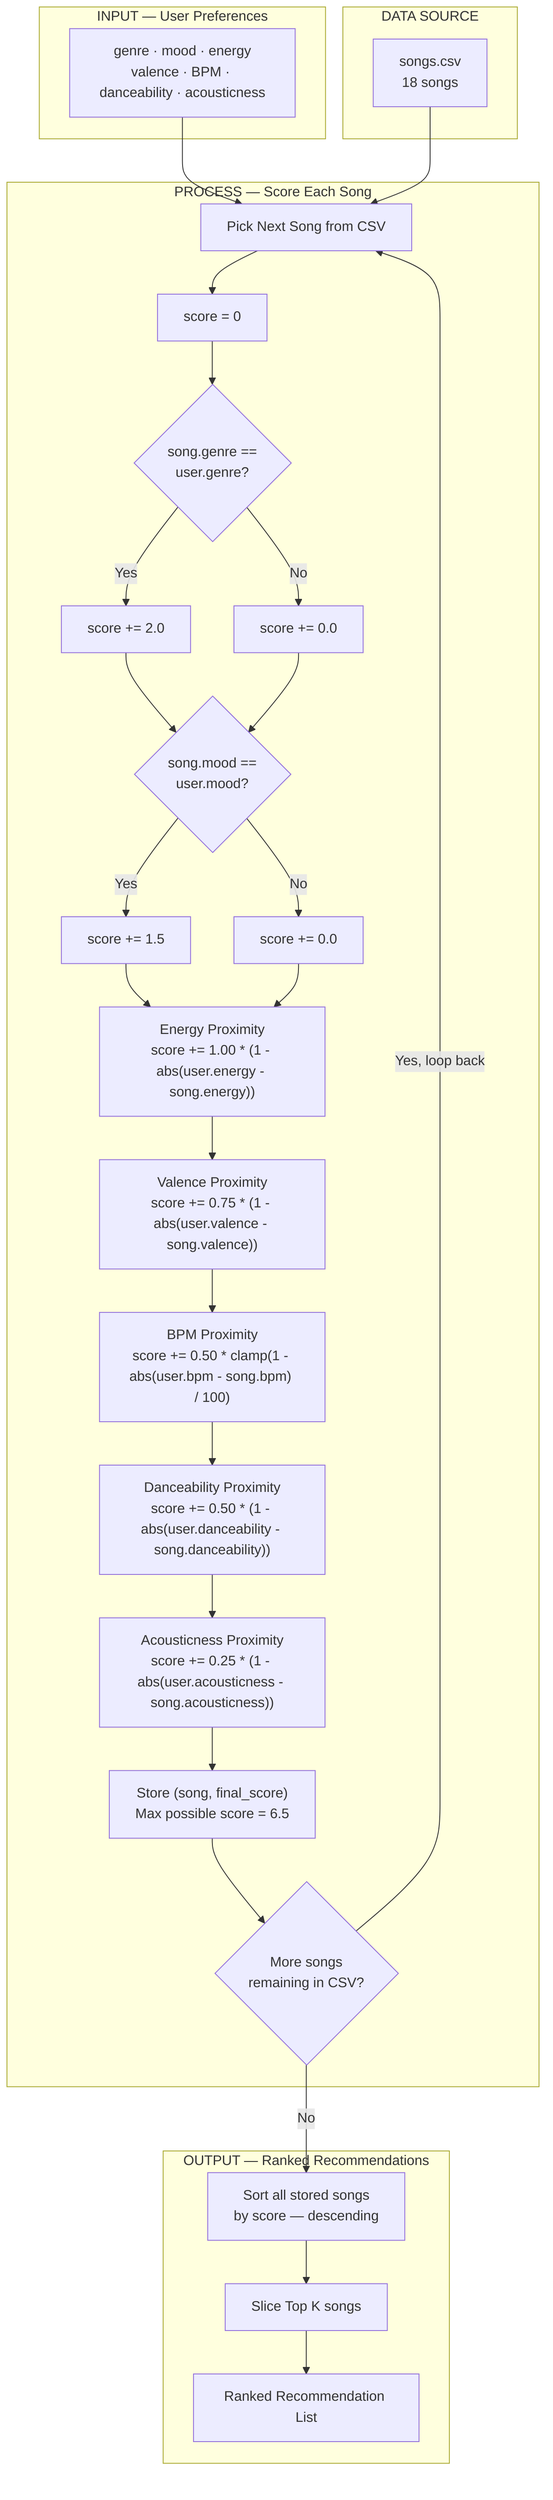
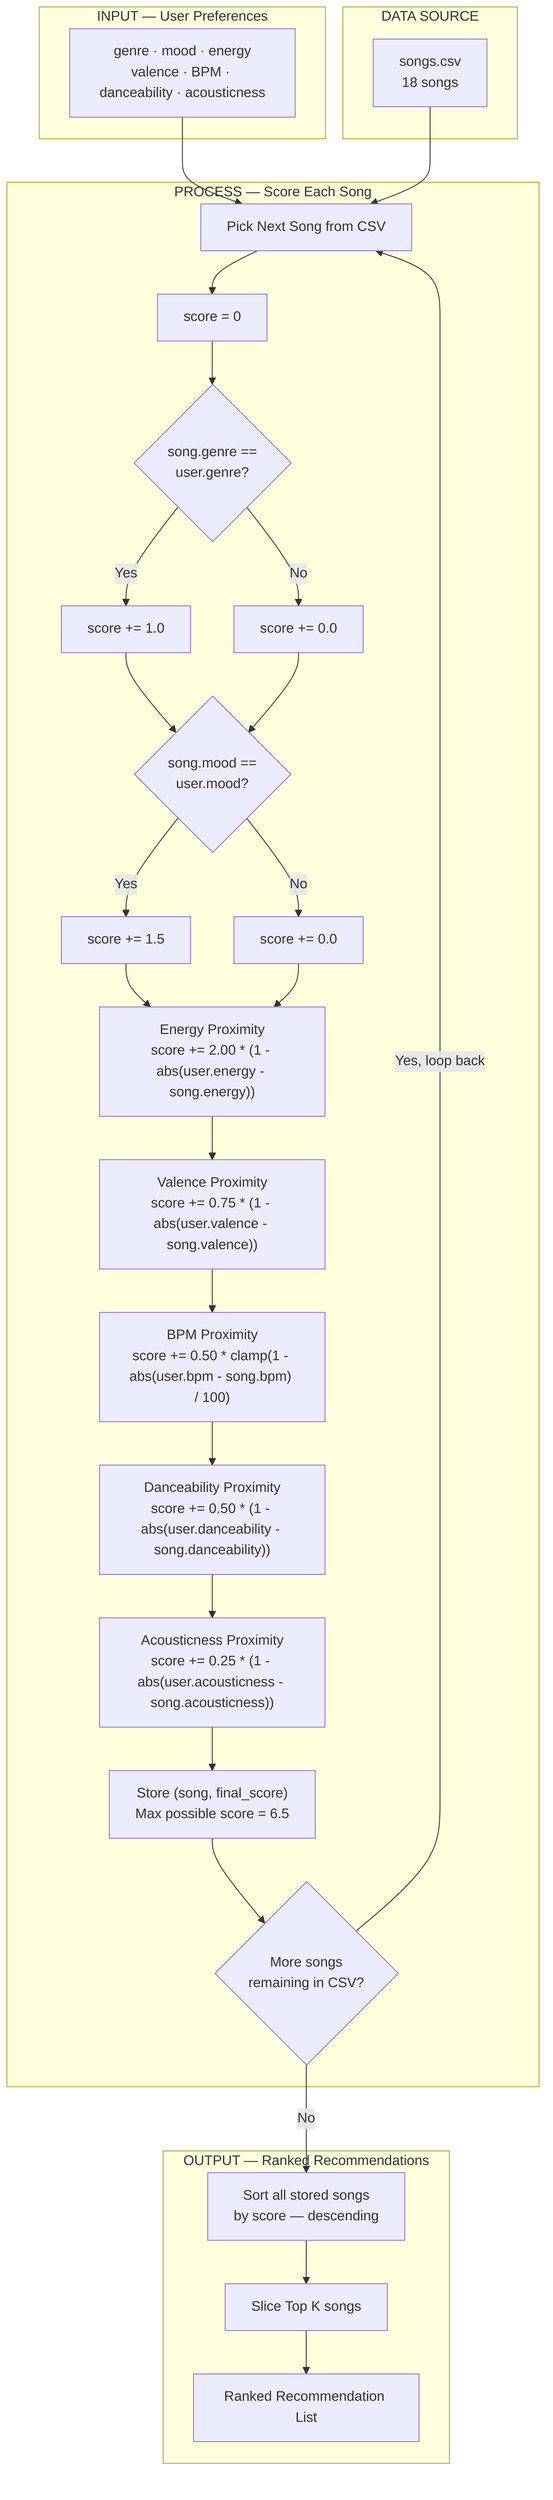
flowchart TD

    subgraph INPUT["INPUT — User Preferences"]
        A["genre · mood · energy\nvalence · BPM · danceability · acousticness"]
    end

    subgraph SOURCE["DATA SOURCE"]
        B["songs.csv\n18 songs"]
    end

    subgraph PROCESS["PROCESS — Score Each Song"]
        C["Pick Next Song from CSV"]
        D["score = 0"]

        E{"song.genre ==\nuser.genre?"}
-         F["score += 2.0"]
+         F["score += 1.0"]
        G["score += 0.0"]

        H{"song.mood ==\nuser.mood?"}
        I["score += 1.5"]
        J["score += 0.0"]

-         K["Energy Proximity\nscore += 1.00 * (1 - abs(user.energy - song.energy))"]
+         K["Energy Proximity\nscore += 2.00 * (1 - abs(user.energy - song.energy))"]
        L["Valence Proximity\nscore += 0.75 * (1 - abs(user.valence - song.valence))"]
        M["BPM Proximity\nscore += 0.50 * clamp(1 - abs(user.bpm - song.bpm) / 100)"]
        N["Danceability Proximity\nscore += 0.50 * (1 - abs(user.danceability - song.danceability))"]
        O["Acousticness Proximity\nscore += 0.25 * (1 - abs(user.acousticness - song.acousticness))"]

        P["Store (song, final_score)\nMax possible score = 6.5"]

        Q{"More songs\nremaining in CSV?"}
    end

    subgraph OUTPUT["OUTPUT — Ranked Recommendations"]
        R["Sort all stored songs\nby score — descending"]
        S["Slice Top K songs"]
        T["Ranked Recommendation List"]
    end

    A --> C
    B --> C
    C --> D
    D --> E

    E -- "Yes" --> F
    E -- "No"  --> G
    F --> H
    G --> H

    H -- "Yes" --> I
    H -- "No"  --> J
    I --> K
    J --> K

    K --> L
    L --> M
    M --> N
    N --> O
    O --> P

    P --> Q
    Q -- "Yes, loop back" --> C
    Q -- "No"             --> R

    R --> S
    S --> T
